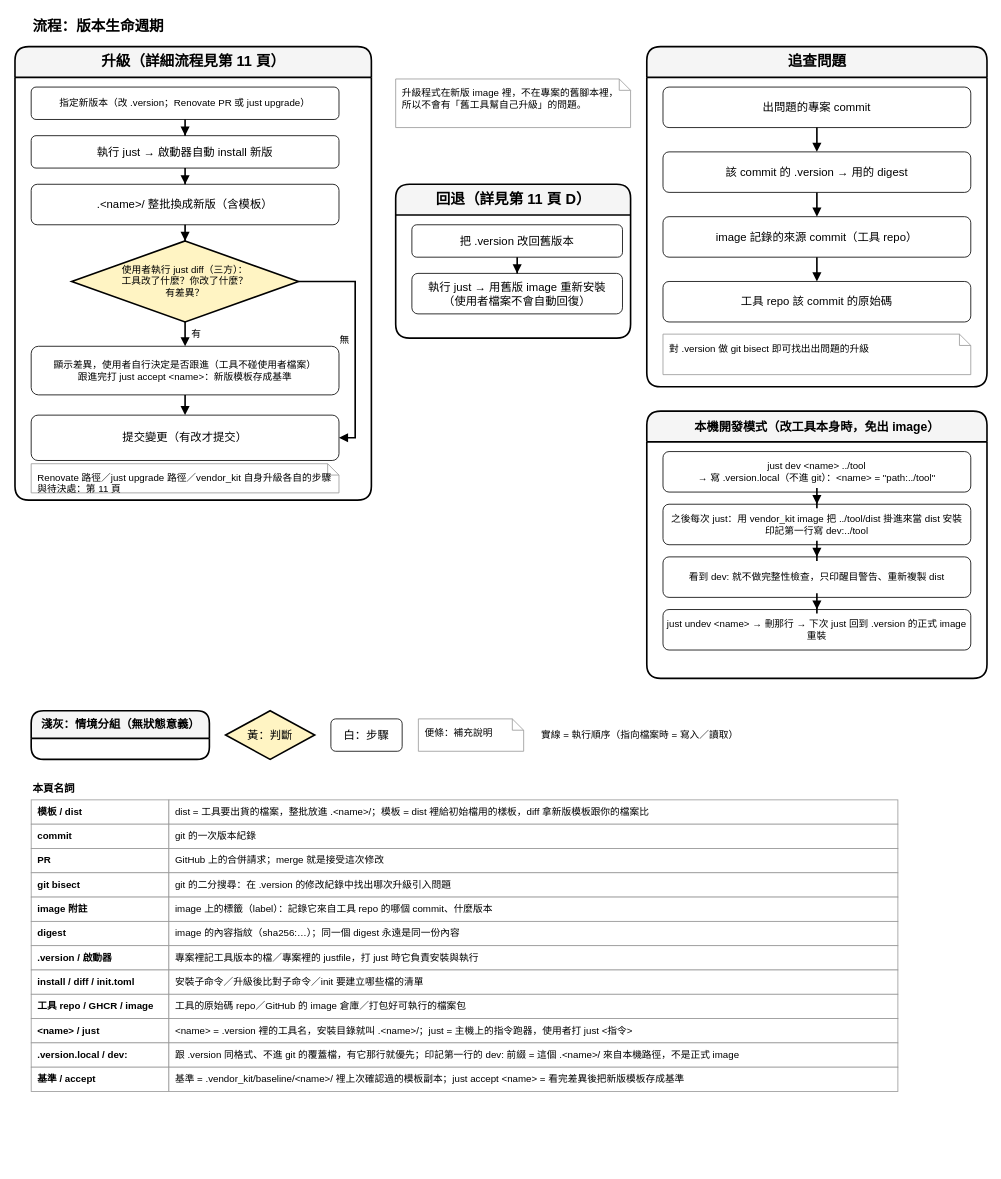
Above: page "4. 流程：版本生命週期" (4 of 11) of dist_distribution.drawio in ycpss91255-research/vendor_kit (draw.io), before the change. Source tidied: cells renumbered, new cells numbered last; positions are measured from the earlier drawing's top-left corner, leaving out a move shared by most shapes. Both pictures are drawn from the tidied source at 81%, with x=0, y=0 at pixel (15, 14).
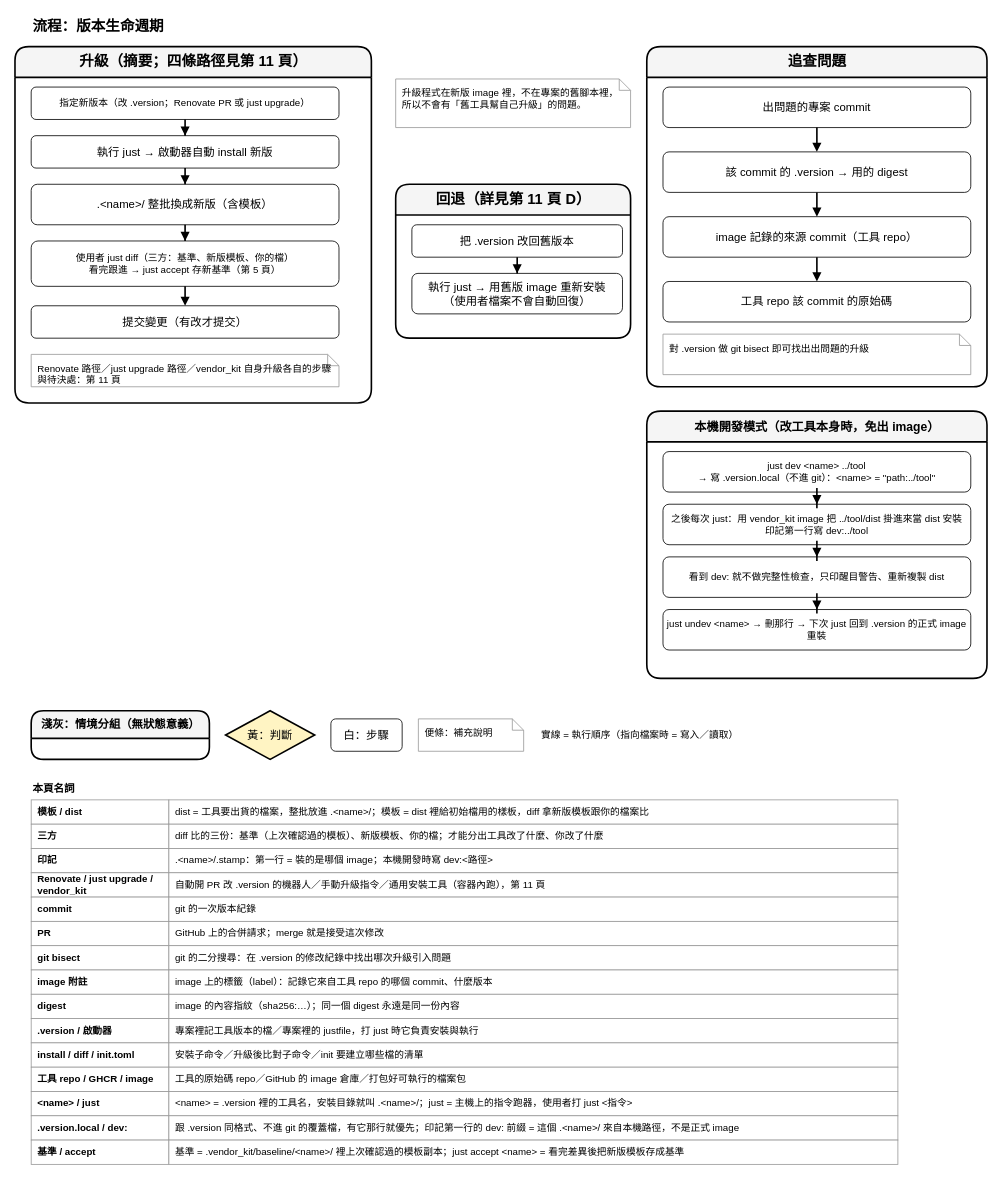
After the change.

Commit message (it also covers changes not shown here):
第 4／11 頁第 2 輪：第 11 頁 A 區改成 GitHub 欄兩列、C 區起點移到最左、名詞表補齊 12 項；第 4 頁升級區塊縮成摘要、名詞表補三方／印記／Renovate

Diff of the diagram source:
```diff
@@
-    <mxCell id="3" value="升級（詳細流程見第 11 頁）" style="swimlane;html=1;rounded=1;startSize=38;fontStyle=1;fontSize=18;fillColor=#f5f5f5;swimlaneFillColor=#ffffff;strokeColor=#000000;strokeWidth=2;" parent="1" vertex="1">
-      <mxGeometry y="40" width="440" height="560" as="geometry" />
+    <mxCell id="3" value="升級（摘要；四條路徑見第 11 頁）" style="swimlane;html=1;rounded=1;startSize=38;fontStyle=1;fontSize=18;fillColor=#f5f5f5;swimlaneFillColor=#ffffff;strokeColor=#000000;strokeWidth=2;" parent="1" vertex="1">
+      <mxGeometry y="40" width="440" height="440" as="geometry" />
     </mxCell>
@@
-    <mxCell id="7" value="使用者執行 just diff（三方）：&lt;br&gt;工具改了什麼？你改了什麼？&lt;br&gt;有差異？" style="rhombus;whiteSpace=wrap;html=1;fillColor=#FFF4C3;strokeColor=#000000;strokeWidth=2;fontSize=12;" parent="3" vertex="1">
-      <mxGeometry x="70" y="240" width="280" height="100" as="geometry" />
+    <mxCell id="7" value="使用者 just diff（三方：基準、新版模板、你的檔）&lt;br&gt;看完跟進 → just accept 存新基準（第 5 頁）" style="rounded=1;whiteSpace=wrap;html=1;fillColor=#ffffff;strokeColor=light-dark(#000000,#9577A3);fontSize=12;strokeWidth=1;" parent="3" vertex="1">
+      <mxGeometry x="20" y="240" width="380" height="56" as="geometry" />
     </mxCell>
-    <mxCell id="8" value="顯示差異，使用者自行決定是否跟進（工具不碰使用者檔案）&lt;br&gt;跟進完打 just accept &amp;lt;name&amp;gt;：新版模板存成基準" style="rounded=1;whiteSpace=wrap;html=1;fillColor=#ffffff;strokeColor=light-dark(#000000,#9577A3);fontSize=12;strokeWidth=1;" parent="3" vertex="1">
-      <mxGeometry x="20" y="370" width="380" height="60" as="geometry" />
+    <mxCell id="8" value="提交變更（有改才提交）" style="rounded=1;whiteSpace=wrap;html=1;fillColor=#ffffff;strokeColor=light-dark(#000000,#9577A3);fontSize=14;strokeWidth=1;" parent="3" vertex="1">
+      <mxGeometry x="20" y="320" width="380" height="40" as="geometry" />
     </mxCell>
-    <mxCell id="9" value="提交變更（有改才提交）" style="rounded=1;whiteSpace=wrap;html=1;fillColor=#ffffff;strokeColor=light-dark(#000000,#9577A3);fontSize=14;strokeWidth=1;" parent="3" vertex="1">
-      <mxGeometry x="20" y="455" width="380" height="56" as="geometry" />
-    </mxCell>
     <mxCell id="10" value="Renovate 路徑／just upgrade 路徑／vendor_kit 自身升級各自的步驟與待決處：第 11 頁" style="shape=note;whiteSpace=wrap;html=1;size=14;fillColor=#ffffff;strokeColor=#999999;align=left;verticalAlign=top;spacingLeft=6;spacingTop=4;fontSize=12;" parent="3" vertex="1">
-      <mxGeometry x="20" y="515" width="380" height="36" as="geometry" />
+      <mxGeometry x="20" y="380" width="380" height="40" as="geometry" />
     </mxCell>
@@
-    <mxCell id="14" value="有" style="edgeStyle=orthogonalEdgeStyle;rounded=0;jettySize=auto;html=1;strokeColor=default;strokeWidth=2;align=center;verticalAlign=bottom;spacingBottom=6;fontFamily=Helvetica;fontSize=12;fontColor=default;labelBorderColor=none;labelBackgroundColor=none;endArrow=block;endFill=1;exitX=0.5;exitY=1;exitDx=0;exitDy=0;entryX=0.5;entryY=0;entryDx=0;entryDy=0;align=left;verticalAlign=middle;spacingLeft=6;spacingBottom=0;" parent="1" edge="1" source="7" target="8">
+    <mxCell id="14" style="edgeStyle=orthogonalEdgeStyle;rounded=0;jettySize=auto;html=1;strokeColor=default;strokeWidth=2;align=center;verticalAlign=bottom;spacingBottom=6;fontFamily=Helvetica;fontSize=12;fontColor=default;labelBorderColor=none;labelBackgroundColor=none;endArrow=block;endFill=1;" parent="1" edge="1" source="7" target="8">
       <mxGeometry relative="1" as="geometry" />
     </mxCell>
-    <mxCell id="15" value="無" style="edgeStyle=orthogonalEdgeStyle;rounded=0;jettySize=auto;html=1;strokeColor=default;strokeWidth=2;align=center;verticalAlign=bottom;spacingBottom=6;fontFamily=Helvetica;fontSize=12;fontColor=default;labelBorderColor=none;labelBackgroundColor=none;endArrow=block;endFill=1;align=right;verticalAlign=middle;spacingRight=6;spacingBottom=0;exitX=1;exitY=0.5;exitDx=0;exitDy=0;entryX=1;entryY=0.5;entryDx=0;entryDy=0;" parent="1" edge="1" source="7" target="9">
-      <mxGeometry relative="1" as="geometry">
-        <Array as="points">
-          <mxPoint x="420" y="330" />
-          <mxPoint x="420" y="523" />
-        </Array>
-      </mxGeometry>
-    </mxCell>
-    <mxCell id="16" style="edgeStyle=orthogonalEdgeStyle;rounded=0;jettySize=auto;html=1;strokeColor=default;strokeWidth=2;align=center;verticalAlign=bottom;spacingBottom=6;fontFamily=Helvetica;fontSize=12;fontColor=default;labelBorderColor=none;labelBackgroundColor=none;endArrow=block;endFill=1;" parent="1" edge="1" source="8" target="9">
-      <mxGeometry relative="1" as="geometry" />
-    </mxCell>
@@
-    <mxCell id="47" value="commit" style="rounded=0;whiteSpace=wrap;html=1;fillColor=#ffffff;strokeColor=#999999;fontSize=12;fontStyle=1;align=left;spacingLeft=6;strokeWidth=1;" parent="1" vertex="1">
+    <mxCell id="47" value="三方" style="rounded=0;whiteSpace=wrap;html=1;fillColor=#ffffff;strokeColor=#999999;fontSize=12;fontStyle=1;align=left;spacingLeft=6;strokeWidth=1;" parent="1" vertex="1">
       <mxGeometry x="20" y="1000" width="170" height="30" as="geometry" />
     </mxCell>
-    <mxCell id="48" value="git 的一次版本紀錄" style="rounded=0;whiteSpace=wrap;html=1;fillColor=#ffffff;strokeColor=#999999;fontSize=12;align=left;spacingLeft=6;strokeWidth=1;" parent="1" vertex="1">
+    <mxCell id="48" value="diff 比的三份：基準（上次確認過的模板）、新版模板、你的檔；才能分出工具改了什麼、你改了什麼" style="rounded=0;whiteSpace=wrap;html=1;fillColor=#ffffff;strokeColor=#999999;fontSize=12;align=left;spacingLeft=6;strokeWidth=1;" parent="1" vertex="1">
       <mxGeometry x="190" y="1000" width="900" height="30" as="geometry" />
     </mxCell>
-    <mxCell id="49" value="PR" style="rounded=0;whiteSpace=wrap;html=1;fillColor=#ffffff;strokeColor=#999999;fontSize=12;fontStyle=1;align=left;spacingLeft=6;strokeWidth=1;" parent="1" vertex="1">
+    <mxCell id="49" value="印記" style="rounded=0;whiteSpace=wrap;html=1;fillColor=#ffffff;strokeColor=#999999;fontSize=12;fontStyle=1;align=left;spacingLeft=6;strokeWidth=1;" parent="1" vertex="1">
       <mxGeometry x="20" y="1030" width="170" height="30" as="geometry" />
     </mxCell>
-    <mxCell id="50" value="GitHub 上的合併請求；merge 就是接受這次修改" style="rounded=0;whiteSpace=wrap;html=1;fillColor=#ffffff;strokeColor=#999999;fontSize=12;align=left;spacingLeft=6;strokeWidth=1;" parent="1" vertex="1">
+    <mxCell id="50" value=".&amp;lt;name&amp;gt;/.stamp：第一行 = 裝的是哪個 image；本機開發時寫 dev:&amp;lt;路徑&amp;gt;" style="rounded=0;whiteSpace=wrap;html=1;fillColor=#ffffff;strokeColor=#999999;fontSize=12;align=left;spacingLeft=6;strokeWidth=1;" parent="1" vertex="1">
       <mxGeometry x="190" y="1030" width="900" height="30" as="geometry" />
     </mxCell>
-    <mxCell id="51" value="git bisect" style="rounded=0;whiteSpace=wrap;html=1;fillColor=#ffffff;strokeColor=#999999;fontSize=12;fontStyle=1;align=left;spacingLeft=6;strokeWidth=1;" parent="1" vertex="1">
+    <mxCell id="51" value="Renovate / just upgrade / vendor_kit" style="rounded=0;whiteSpace=wrap;html=1;fillColor=#ffffff;strokeColor=#999999;fontSize=12;fontStyle=1;align=left;spacingLeft=6;strokeWidth=1;" parent="1" vertex="1">
       <mxGeometry x="20" y="1060" width="170" height="30" as="geometry" />
     </mxCell>
-    <mxCell id="52" value="git 的二分搜尋：在 .version 的修改紀錄中找出哪次升級引入問題" style="rounded=0;whiteSpace=wrap;html=1;fillColor=#ffffff;strokeColor=#999999;fontSize=12;align=left;spacingLeft=6;strokeWidth=1;" parent="1" vertex="1">
+    <mxCell id="52" value="自動開 PR 改 .version 的機器人／手動升級指令／通用安裝工具（容器內跑），第 11 頁" style="rounded=0;whiteSpace=wrap;html=1;fillColor=#ffffff;strokeColor=#999999;fontSize=12;align=left;spacingLeft=6;strokeWidth=1;" parent="1" vertex="1">
       <mxGeometry x="190" y="1060" width="900" height="30" as="geometry" />
     </mxCell>
-    <mxCell id="53" value="image 附註" style="rounded=0;whiteSpace=wrap;html=1;fillColor=#ffffff;strokeColor=#999999;fontSize=12;fontStyle=1;align=left;spacingLeft=6;strokeWidth=1;" parent="1" vertex="1">
+    <mxCell id="53" value="commit" style="rounded=0;whiteSpace=wrap;html=1;fillColor=#ffffff;strokeColor=#999999;fontSize=12;fontStyle=1;align=left;spacingLeft=6;strokeWidth=1;" parent="1" vertex="1">
       <mxGeometry x="20" y="1090" width="170" height="30" as="geometry" />
     </mxCell>
-    <mxCell id="54" value="image 上的標籤（label）：記錄它來自工具 repo 的哪個 commit、什麼版本" style="rounded=0;whiteSpace=wrap;html=1;fillColor=#ffffff;strokeColor=#999999;fontSize=12;align=left;spacingLeft=6;strokeWidth=1;" parent="1" vertex="1">
+    <mxCell id="54" value="git 的一次版本紀錄" style="rounded=0;whiteSpace=wrap;html=1;fillColor=#ffffff;strokeColor=#999999;fontSize=12;align=left;spacingLeft=6;strokeWidth=1;" parent="1" vertex="1">
       <mxGeometry x="190" y="1090" width="900" height="30" as="geometry" />
     </mxCell>
-    <mxCell id="55" value="digest" style="rounded=0;whiteSpace=wrap;html=1;fillColor=#ffffff;strokeColor=#999999;fontSize=12;fontStyle=1;align=left;spacingLeft=6;strokeWidth=1;" parent="1" vertex="1">
+    <mxCell id="55" value="PR" style="rounded=0;whiteSpace=wrap;html=1;fillColor=#ffffff;strokeColor=#999999;fontSize=12;fontStyle=1;align=left;spacingLeft=6;strokeWidth=1;" parent="1" vertex="1">
       <mxGeometry x="20" y="1120" width="170" height="30" as="geometry" />
     </mxCell>
-    <mxCell id="56" value="image 的內容指紋（sha256:…）；同一個 digest 永遠是同一份內容" style="rounded=0;whiteSpace=wrap;html=1;fillColor=#ffffff;strokeColor=#999999;fontSize=12;align=left;spacingLeft=6;strokeWidth=1;" parent="1" vertex="1">
+    <mxCell id="56" value="GitHub 上的合併請求；merge 就是接受這次修改" style="rounded=0;whiteSpace=wrap;html=1;fillColor=#ffffff;strokeColor=#999999;fontSize=12;align=left;spacingLeft=6;strokeWidth=1;" parent="1" vertex="1">
       <mxGeometry x="190" y="1120" width="900" height="30" as="geometry" />
     </mxCell>
-    <mxCell id="57" value=".version / 啟動器" style="rounded=0;whiteSpace=wrap;html=1;fillColor=#ffffff;strokeColor=#999999;fontSize=12;fontStyle=1;align=left;spacingLeft=6;strokeWidth=1;" parent="1" vertex="1">
+    <mxCell id="57" value="git bisect" style="rounded=0;whiteSpace=wrap;html=1;fillColor=#ffffff;strokeColor=#999999;fontSize=12;fontStyle=1;align=left;spacingLeft=6;strokeWidth=1;" parent="1" vertex="1">
       <mxGeometry x="20" y="1150" width="170" height="30" as="geometry" />
     </mxCell>
-    <mxCell id="58" value="專案裡記工具版本的檔／專案裡的 justfile，打 just 時它負責安裝與執行" style="rounded=0;whiteSpace=wrap;html=1;fillColor=#ffffff;strokeColor=#999999;fontSize=12;align=left;spacingLeft=6;strokeWidth=1;" parent="1" vertex="1">
+    <mxCell id="58" value="git 的二分搜尋：在 .version 的修改紀錄中找出哪次升級引入問題" style="rounded=0;whiteSpace=wrap;html=1;fillColor=#ffffff;strokeColor=#999999;fontSize=12;align=left;spacingLeft=6;strokeWidth=1;" parent="1" vertex="1">
       <mxGeometry x="190" y="1150" width="900" height="30" as="geometry" />
     </mxCell>
-    <mxCell id="59" value="install / diff / init.toml" style="rounded=0;whiteSpace=wrap;html=1;fillColor=#ffffff;strokeColor=#999999;fontSize=12;fontStyle=1;align=left;spacingLeft=6;strokeWidth=1;" parent="1" vertex="1">
+    <mxCell id="59" value="image 附註" style="rounded=0;whiteSpace=wrap;html=1;fillColor=#ffffff;strokeColor=#999999;fontSize=12;fontStyle=1;align=left;spacingLeft=6;strokeWidth=1;" parent="1" vertex="1">
       <mxGeometry x="20" y="1180" width="170" height="30" as="geometry" />
     </mxCell>
-    <mxCell id="60" value="安裝子命令／升級後比對子命令／init 要建立哪些檔的清單" style="rounded=0;whiteSpace=wrap;html=1;fillColor=#ffffff;strokeColor=#999999;fontSize=12;align=left;spacingLeft=6;strokeWidth=1;" parent="1" vertex="1">
+    <mxCell id="60" value="image 上的標籤（label）：記錄它來自工具 repo 的哪個 commit、什麼版本" style="rounded=0;whiteSpace=wrap;html=1;fillColor=#ffffff;strokeColor=#999999;fontSize=12;align=left;spacingLeft=6;strokeWidth=1;" parent="1" vertex="1">
       <mxGeometry x="190" y="1180" width="900" height="30" as="geometry" />
     </mxCell>
-    <mxCell id="61" value="工具 repo / GHCR / image" style="rounded=0;whiteSpace=wrap;html=1;fillColor=#ffffff;strokeColor=#999999;fontSize=12;fontStyle=1;align=left;spacingLeft=6;strokeWidth=1;" parent="1" vertex="1">
+    <mxCell id="61" value="digest" style="rounded=0;whiteSpace=wrap;html=1;fillColor=#ffffff;strokeColor=#999999;fontSize=12;fontStyle=1;align=left;spacingLeft=6;strokeWidth=1;" parent="1" vertex="1">
       <mxGeometry x="20" y="1210" width="170" height="30" as="geometry" />
     </mxCell>
-    <mxCell id="62" value="工具的原始碼 repo／GitHub 的 image 倉庫／打包好可執行的檔案包" style="rounded=0;whiteSpace=wrap;html=1;fillColor=#ffffff;strokeColor=#999999;fontSize=12;align=left;spacingLeft=6;strokeWidth=1;" parent="1" vertex="1">
+    <mxCell id="62" value="image 的內容指紋（sha256:…）；同一個 digest 永遠是同一份內容" style="rounded=0;whiteSpace=wrap;html=1;fillColor=#ffffff;strokeColor=#999999;fontSize=12;align=left;spacingLeft=6;strokeWidth=1;" parent="1" vertex="1">
       <mxGeometry x="190" y="1210" width="900" height="30" as="geometry" />
     </mxCell>
-    <mxCell id="63" value="&amp;lt;name&amp;gt; / just" style="rounded=0;whiteSpace=wrap;html=1;fillColor=#ffffff;strokeColor=#999999;fontSize=12;fontStyle=1;align=left;spacingLeft=6;strokeWidth=1;" parent="1" vertex="1">
+    <mxCell id="63" value=".version / 啟動器" style="rounded=0;whiteSpace=wrap;html=1;fillColor=#ffffff;strokeColor=#999999;fontSize=12;fontStyle=1;align=left;spacingLeft=6;strokeWidth=1;" parent="1" vertex="1">
       <mxGeometry x="20" y="1240" width="170" height="30" as="geometry" />
     </mxCell>
-    <mxCell id="64" value="&amp;lt;name&amp;gt; = .version 裡的工具名，安裝目錄就叫 .&amp;lt;name&amp;gt;/；just = 主機上的指令跑器，使用者打 just &amp;lt;指令&amp;gt;" style="rounded=0;whiteSpace=wrap;html=1;fillColor=#ffffff;strokeColor=#999999;fontSize=12;align=left;spacingLeft=6;strokeWidth=1;" parent="1" vertex="1">
+    <mxCell id="64" value="專案裡記工具版本的檔／專案裡的 justfile，打 just 時它負責安裝與執行" style="rounded=0;whiteSpace=wrap;html=1;fillColor=#ffffff;strokeColor=#999999;fontSize=12;align=left;spacingLeft=6;strokeWidth=1;" parent="1" vertex="1">
       <mxGeometry x="190" y="1240" width="900" height="30" as="geometry" />
     </mxCell>
-    <mxCell id="65" value=".version.local / dev:" style="rounded=0;whiteSpace=wrap;html=1;fillColor=#ffffff;strokeColor=#999999;fontSize=12;fontStyle=1;align=left;spacingLeft=6;strokeWidth=1;" parent="1" vertex="1">
+    <mxCell id="65" value="install / diff / init.toml" style="rounded=0;whiteSpace=wrap;html=1;fillColor=#ffffff;strokeColor=#999999;fontSize=12;fontStyle=1;align=left;spacingLeft=6;strokeWidth=1;" parent="1" vertex="1">
       <mxGeometry x="20" y="1270" width="170" height="30" as="geometry" />
     </mxCell>
-    <mxCell id="66" value="跟 .version 同格式、不進 git 的覆蓋檔，有它那行就優先；印記第一行的 dev: 前綴 = 這個 .&amp;lt;name&amp;gt;/ 來自本機路徑，不是正式 image" style="rounded=0;whiteSpace=wrap;html=1;fillColor=#ffffff;strokeColor=#999999;fontSize=12;align=left;spacingLeft=6;strokeWidth=1;" parent="1" vertex="1">
+    <mxCell id="66" value="安裝子命令／升級後比對子命令／init 要建立哪些檔的清單" style="rounded=0;whiteSpace=wrap;html=1;fillColor=#ffffff;strokeColor=#999999;fontSize=12;align=left;spacingLeft=6;strokeWidth=1;" parent="1" vertex="1">
       <mxGeometry x="190" y="1270" width="900" height="30" as="geometry" />
     </mxCell>
-    <mxCell id="67" value="基準 / accept" style="rounded=0;whiteSpace=wrap;html=1;fillColor=#ffffff;strokeColor=#999999;fontSize=12;fontStyle=1;align=left;spacingLeft=6;strokeWidth=1;" parent="1" vertex="1">
+    <mxCell id="67" value="工具 repo / GHCR / image" style="rounded=0;whiteSpace=wrap;html=1;fillColor=#ffffff;strokeColor=#999999;fontSize=12;fontStyle=1;align=left;spacingLeft=6;strokeWidth=1;" parent="1" vertex="1">
       <mxGeometry x="20" y="1300" width="170" height="30" as="geometry" />
     </mxCell>
-    <mxCell id="68" value="基準 = .vendor_kit/baseline/&amp;lt;name&amp;gt;/ 裡上次確認過的模板副本；just accept &amp;lt;name&amp;gt; = 看完差異後把新版模板存成基準" style="rounded=0;whiteSpace=wrap;html=1;fillColor=#ffffff;strokeColor=#999999;fontSize=12;align=left;spacingLeft=6;strokeWidth=1;" parent="1" vertex="1">
+    <mxCell id="68" value="工具的原始碼 repo／GitHub 的 image 倉庫／打包好可執行的檔案包" style="rounded=0;whiteSpace=wrap;html=1;fillColor=#ffffff;strokeColor=#999999;fontSize=12;align=left;spacingLeft=6;strokeWidth=1;" parent="1" vertex="1">
       <mxGeometry x="190" y="1300" width="900" height="30" as="geometry" />
     </mxCell>
+    <mxCell id="69" value="&amp;lt;name&amp;gt; / just" style="rounded=0;whiteSpace=wrap;html=1;fillColor=#ffffff;strokeColor=#999999;fontSize=12;fontStyle=1;align=left;spacingLeft=6;strokeWidth=1;" parent="1" vertex="1">
+      <mxGeometry x="20" y="1330" width="170" height="30" as="geometry" />
+    </mxCell>
+    <mxCell id="70" value="&amp;lt;name&amp;gt; = .version 裡的工具名，安裝目錄就叫 .&amp;lt;name&amp;gt;/；just = 主機上的指令跑器，使用者打 just &amp;lt;指令&amp;gt;" style="rounded=0;whiteSpace=wrap;html=1;fillColor=#ffffff;strokeColor=#999999;fontSize=12;align=left;spacingLeft=6;strokeWidth=1;" parent="1" vertex="1">
+      <mxGeometry x="190" y="1330" width="900" height="30" as="geometry" />
+    </mxCell>
+    <mxCell id="71" value=".version.local / dev:" style="rounded=0;whiteSpace=wrap;html=1;fillColor=#ffffff;strokeColor=#999999;fontSize=12;fontStyle=1;align=left;spacingLeft=6;strokeWidth=1;" parent="1" vertex="1">
+      <mxGeometry x="20" y="1360" width="170" height="30" as="geometry" />
+    </mxCell>
+    <mxCell id="72" value="跟 .version 同格式、不進 git 的覆蓋檔，有它那行就優先；印記第一行的 dev: 前綴 = 這個 .&amp;lt;name&amp;gt;/ 來自本機路徑，不是正式 image" style="rounded=0;whiteSpace=wrap;html=1;fillColor=#ffffff;strokeColor=#999999;fontSize=12;align=left;spacingLeft=6;strokeWidth=1;" parent="1" vertex="1">
+      <mxGeometry x="190" y="1360" width="900" height="30" as="geometry" />
+    </mxCell>
+    <mxCell id="73" value="基準 / accept" style="rounded=0;whiteSpace=wrap;html=1;fillColor=#ffffff;strokeColor=#999999;fontSize=12;fontStyle=1;align=left;spacingLeft=6;strokeWidth=1;" parent="1" vertex="1">
+      <mxGeometry x="20" y="1390" width="170" height="30" as="geometry" />
+    </mxCell>
+    <mxCell id="74" value="基準 = .vendor_kit/baseline/&amp;lt;name&amp;gt;/ 裡上次確認過的模板副本；just accept &amp;lt;name&amp;gt; = 看完差異後把新版模板存成基準" style="rounded=0;whiteSpace=wrap;html=1;fillColor=#ffffff;strokeColor=#999999;fontSize=12;align=left;spacingLeft=6;strokeWidth=1;" parent="1" vertex="1">
+      <mxGeometry x="190" y="1390" width="900" height="30" as="geometry" />
+    </mxCell>
```
